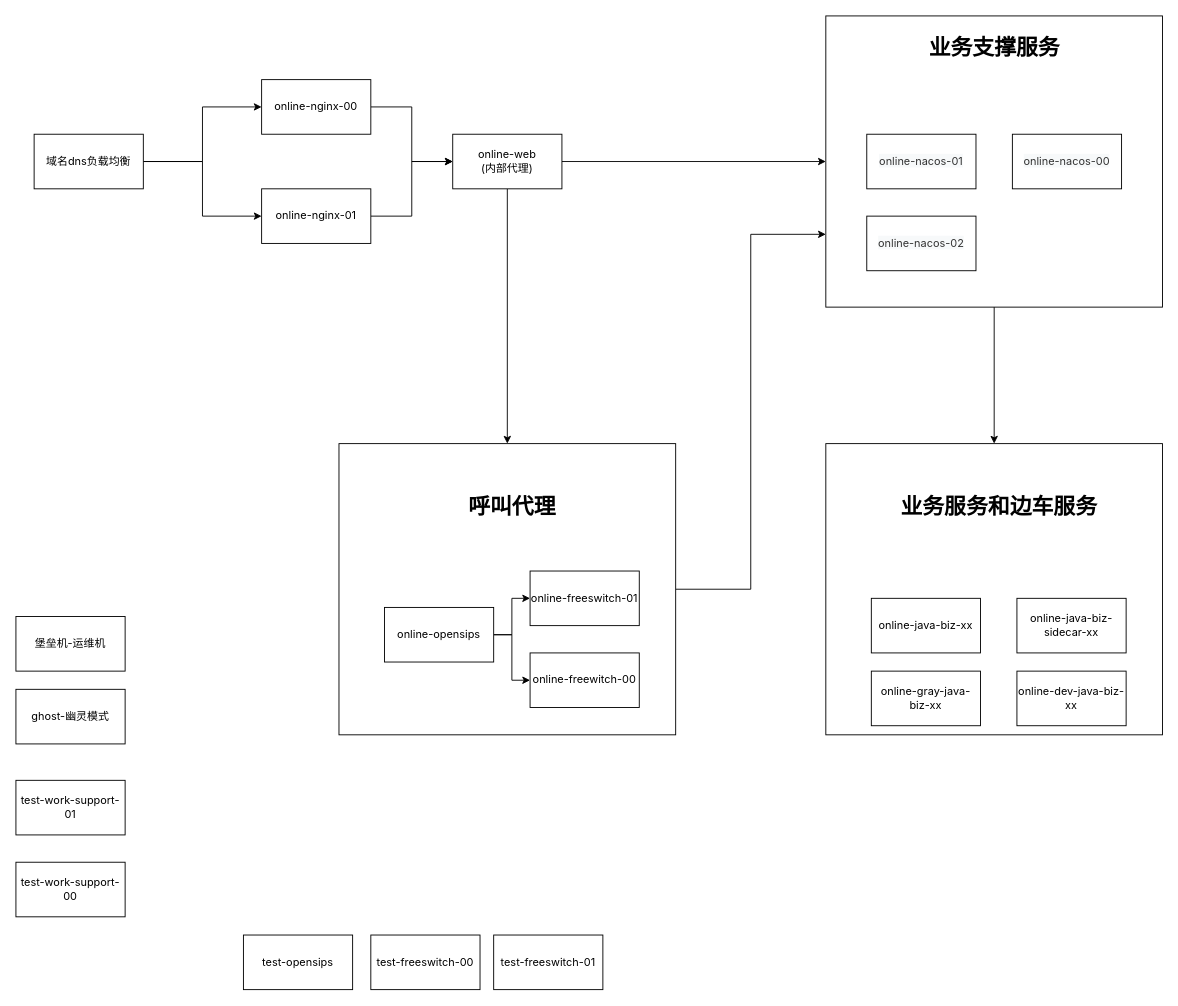
Above: 生产环境网络架构图1.1.drawio in zhuhuifei/draw.io (draw.io), before the change. Source tidied: cells renumbered, new cells numbered last; positions are measured from the earlier drawing's top-left corner, leaving out a move shared by most shapes. Both pictures are drawn from the tidied source at 91%, with x=0, y=0 at pixel (15, 15).
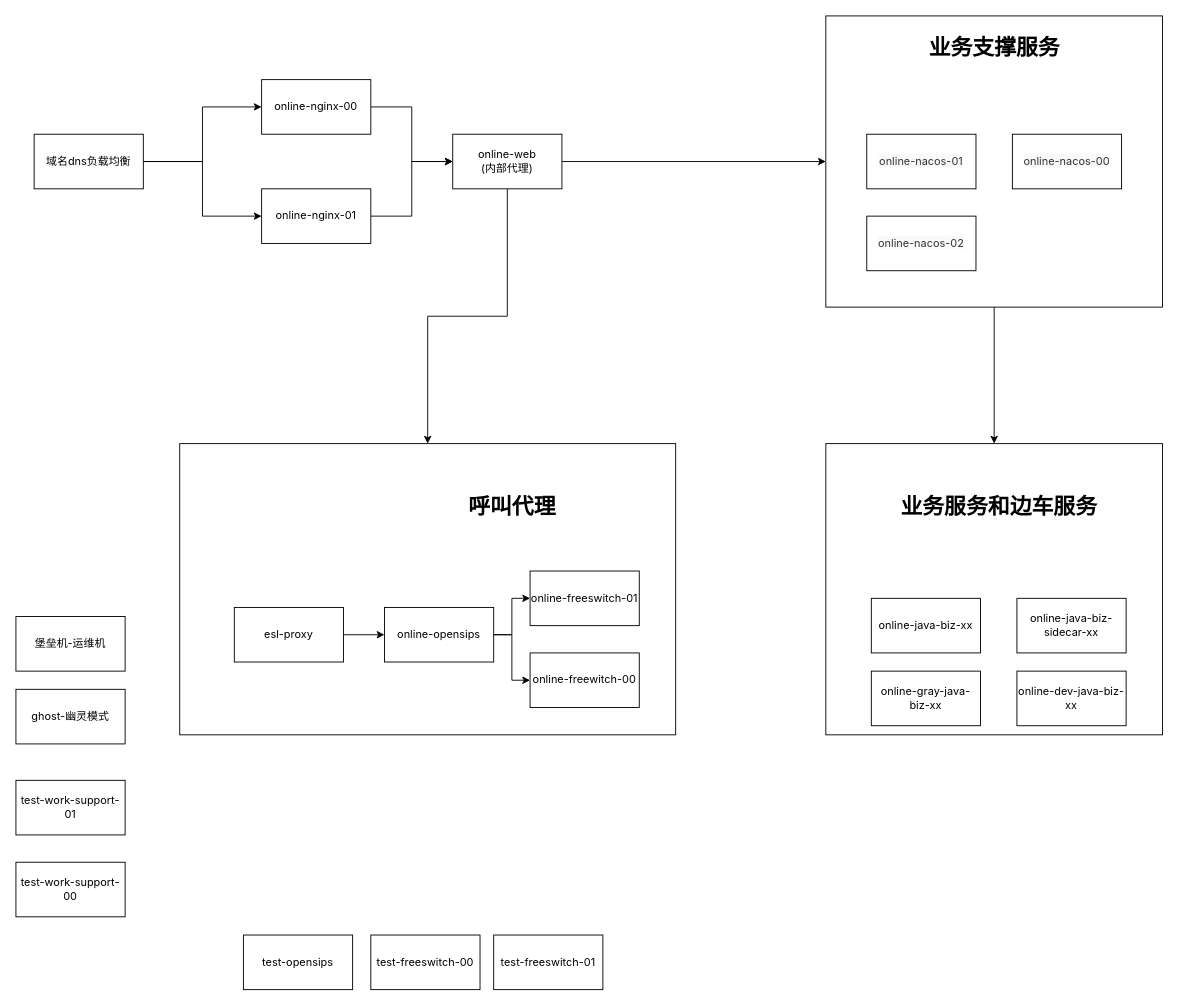
Above is the later version.

Commit message:
更新生产环境网络架构图1.1.drawio

The change refers to these unchanged cells:
```xml
<mxCell id="5" style="rounded=0;whiteSpace=wrap;html=1;" parent="1" vertex="1">
  <mxGeometry x="890" width="370" height="320" as="geometry" />
</mxCell>
<mxCell id="19" value="&lt;span style=&quot;font-family: -apple-system, BlinkMacSystemFont, &amp;quot;Segoe UI&amp;quot;, &amp;quot;PingFang SC&amp;quot;, &amp;quot;Hiragino Sans GB&amp;quot;, &amp;quot;Microsoft YaHei&amp;quot;, &amp;quot;Helvetica Neue&amp;quot;, Helvetica, Arial, sans-serif; text-align: start;&quot;&gt;online-opensips&lt;/span&gt;" style="rounded=0;whiteSpace=wrap;html=1;" parent="1" vertex="1">
  <mxGeometry x="405" y="650" width="120" height="60" as="geometry" />
</mxCell>
```

Change to the diagram source:
```diff
@@
-    <mxCell id="2" style="edgeStyle=orthogonalEdgeStyle;rounded=0;jettySize=auto;html=1;entryX=0;entryY=0.75;entryDx=0;entryDy=0;" parent="1" edge="1" source="3" target="5">
-      <mxGeometry relative="1" as="geometry" />
-    </mxCell>
     <mxCell id="3" style="rounded=0;whiteSpace=wrap;html=1;" parent="1" vertex="1">
-      <mxGeometry x="355" y="470" width="370" height="320" as="geometry" />
+      <mxGeometry x="180" y="470" width="545" height="320" as="geometry" />
     </mxCell>
@@
+    <mxCell id="39" style="edgeStyle=orthogonalEdgeStyle;rounded=0;jettySize=auto;html=1;entryX=0;entryY=0.5;entryDx=0;entryDy=0;" parent="1" edge="1" source="40" target="19">
+      <mxGeometry relative="1" as="geometry" />
+    </mxCell>
+    <mxCell id="40" value="&lt;span style=&quot;font-family: -apple-system, BlinkMacSystemFont, &amp;quot;Segoe UI&amp;quot;, &amp;quot;PingFang SC&amp;quot;, &amp;quot;Hiragino Sans GB&amp;quot;, &amp;quot;Microsoft YaHei&amp;quot;, &amp;quot;Helvetica Neue&amp;quot;, Helvetica, Arial, sans-serif; text-align: start;&quot;&gt;esl-proxy&lt;/span&gt;" style="rounded=0;whiteSpace=wrap;html=1;" parent="1" vertex="1">
+      <mxGeometry x="240" y="650" width="120" height="60" as="geometry" />
+    </mxCell>
```
